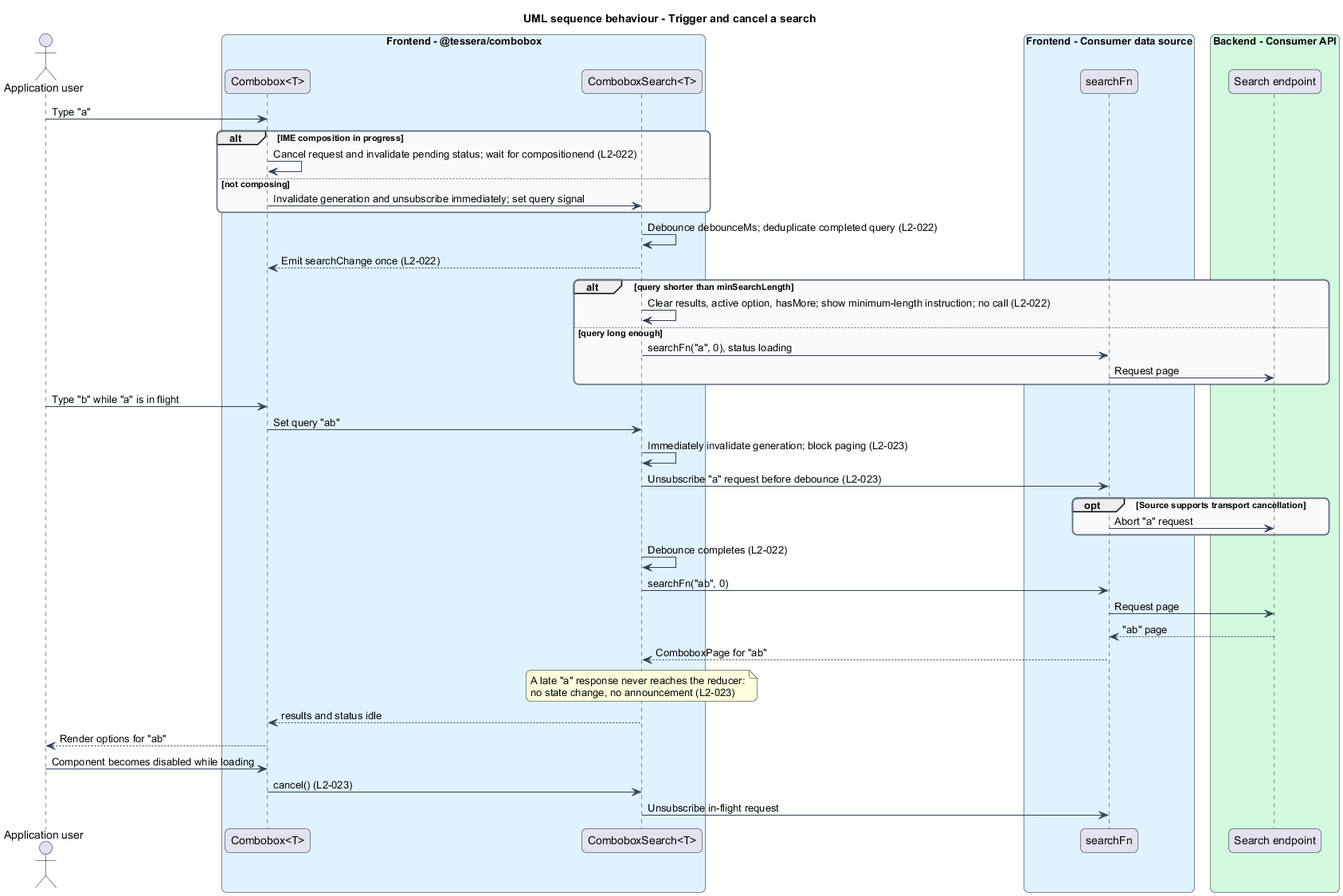
This is docs/detailed-designs/combobox/search-options/diagrams/sequence-search.png from QuinntyneBrown/Tessera, a PlantUML export, as it was before one commit.
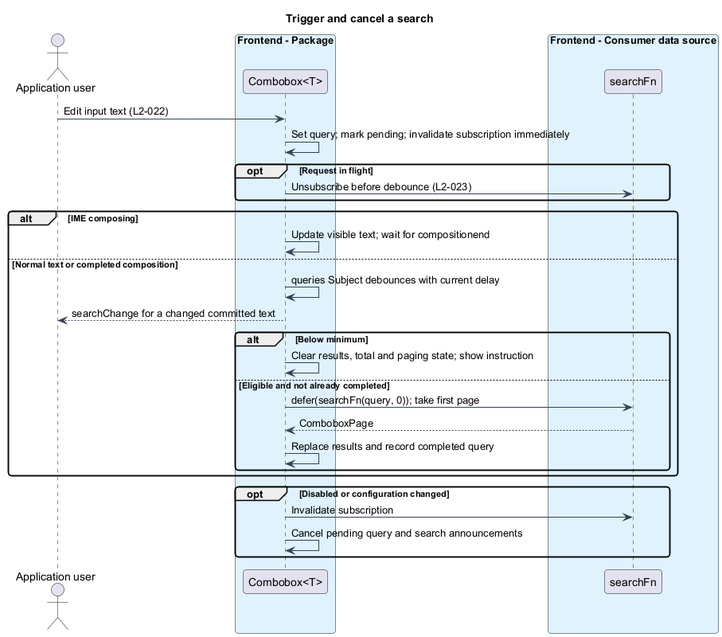
Above is the later version.

Diff of the diagram source:
```diff
@@ -1,64 +1,44 @@
 @startuml
-title UML sequence behaviour - Trigger and cancel a search
 skinparam backgroundColor #FFFFFF
 skinparam shadowing false
-skinparam roundcorner 12
+skinparam roundcorner 8
 skinparam defaultFontName Arial
 skinparam ArrowColor #344054
-skinparam rectangle {
+skinparam class {
   BorderColor #344054
-  FontColor #101828
-}
-skinparam package {
-  BorderColor #667085
   FontColor #101828
   BackgroundColor #F9FAFB
 }
+title Trigger and cancel a search
 actor "Application user" as user
-box "Frontend - @tessera/combobox" #E0F2FE
-  participant "Combobox<T>" as combo
-  participant "ComboboxSearch<T>" as search
+box "Frontend - Package" #E0F2FE
+  participant "Combobox<T>" as cb
 end box
 box "Frontend - Consumer data source" #E0F2FE
-  participant "searchFn" as fn
-end box
-box "Backend - Consumer API" #D1FADF
-  participant "Search endpoint" as api
+  participant "searchFn" as src
 end box
 
-user -> combo : Type "a"
-alt IME composition in progress
-  combo -> combo : Cancel request and invalidate pending status; wait for compositionend (L2-022)
-else not composing
-  combo -> search : Invalidate generation and unsubscribe immediately; set query signal
+
+user -> cb : Edit input text (L2-022)
+cb -> cb : Set query; mark pending; invalidate subscription immediately
+opt Request in flight
+  cb -> src : Unsubscribe before debounce (L2-023)
 end
-search -> search : Debounce debounceMs; deduplicate completed query (L2-022)
-search --> combo : Emit searchChange once (L2-022)
-alt query shorter than minSearchLength
-  search -> search : Clear results, active option, hasMore; show minimum-length instruction; no call (L2-022)
-else query long enough
-  search -> fn : searchFn("a", 0), status loading
-  fn -> api : Request page
+alt IME composing
+  cb -> cb : Update visible text; wait for compositionend
+else Normal text or completed composition
+  cb -> cb : queries Subject debounces with current delay
+  cb --> user : searchChange for a changed committed text
+  alt Below minimum
+    cb -> cb : Clear results, total and paging state; show instruction
+  else Eligible and not already completed
+    cb -> src : defer(searchFn(query, 0)); take first page
+    src --> cb : ComboboxPage
+    cb -> cb : Replace results and record completed query
+  end
 end
-user -> combo : Type "b" while "a" is in flight
-combo -> search : Set query "ab"
-search -> search : Immediately invalidate generation; block paging (L2-023)
-search -> fn : Unsubscribe "a" request before debounce (L2-023)
-opt Source supports transport cancellation
-  fn -> api : Abort "a" request
+opt Disabled or configuration changed
+  cb -> src : Invalidate subscription
+  cb -> cb : Cancel pending query and search announcements
 end
-search -> search : Debounce completes (L2-022)
-search -> fn : searchFn("ab", 0)
-fn -> api : Request page
-api --> fn : "ab" page
-fn --> search : ComboboxPage for "ab"
-note over search
-  A late "a" response never reaches the reducer:
-  no state change, no announcement (L2-023)
-end note
-search --> combo : results and status idle
-combo --> user : Render options for "ab"
-user -> combo : Component becomes disabled while loading
-combo -> search : cancel() (L2-023)
-search -> fn : Unsubscribe in-flight request
 @enduml
```
